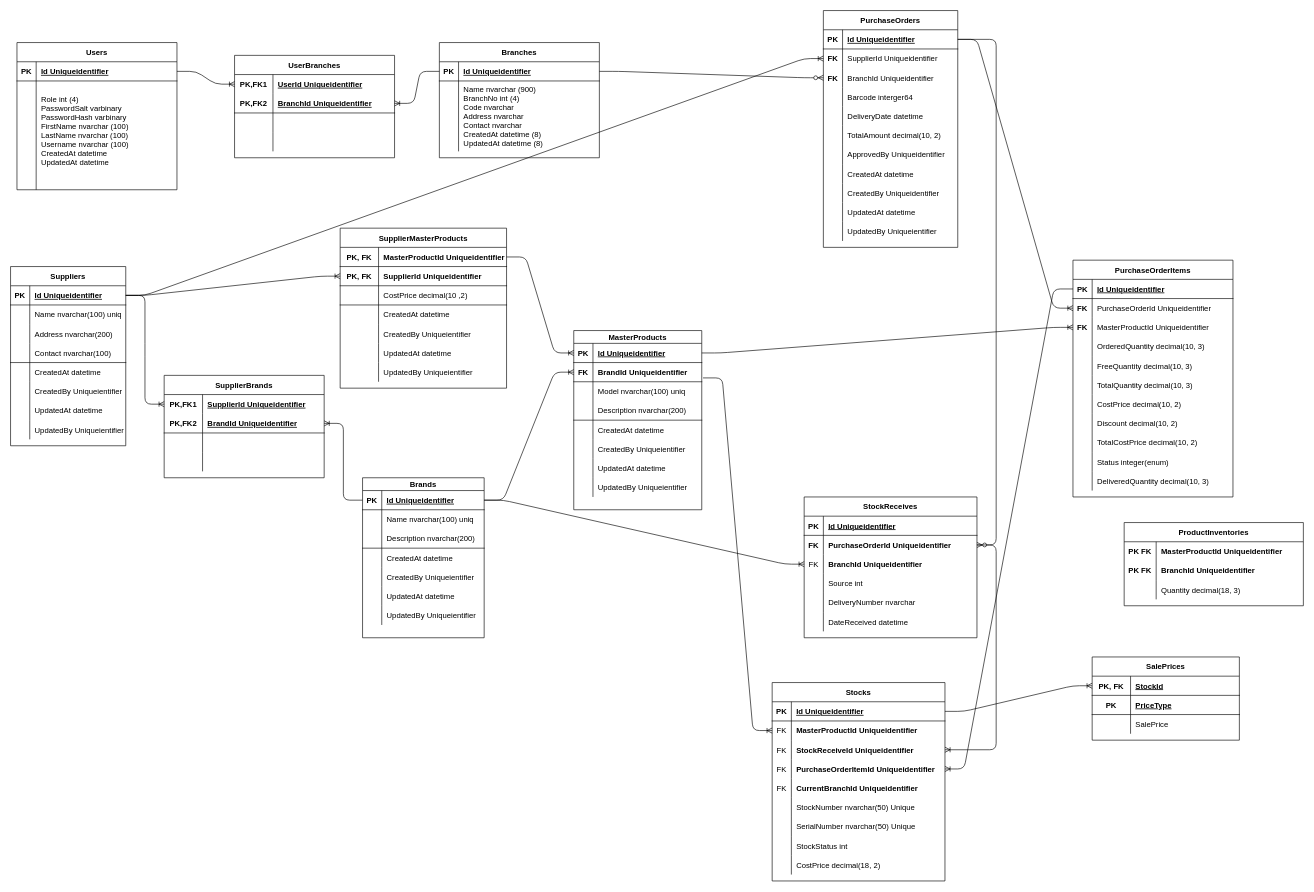
inyormanjr/CA.ERP keeps this draw.io diagram as diagrams/Database Diagram.drawio. Above is the earlier version. Source tidied: cells renumbered, new cells numbered last; positions are measured from the earlier drawing's top-left corner, leaving out a move shared by most shapes. Both pictures are drawn from the tidied source at 64%, with x=0, y=0 at pixel (10, 10).
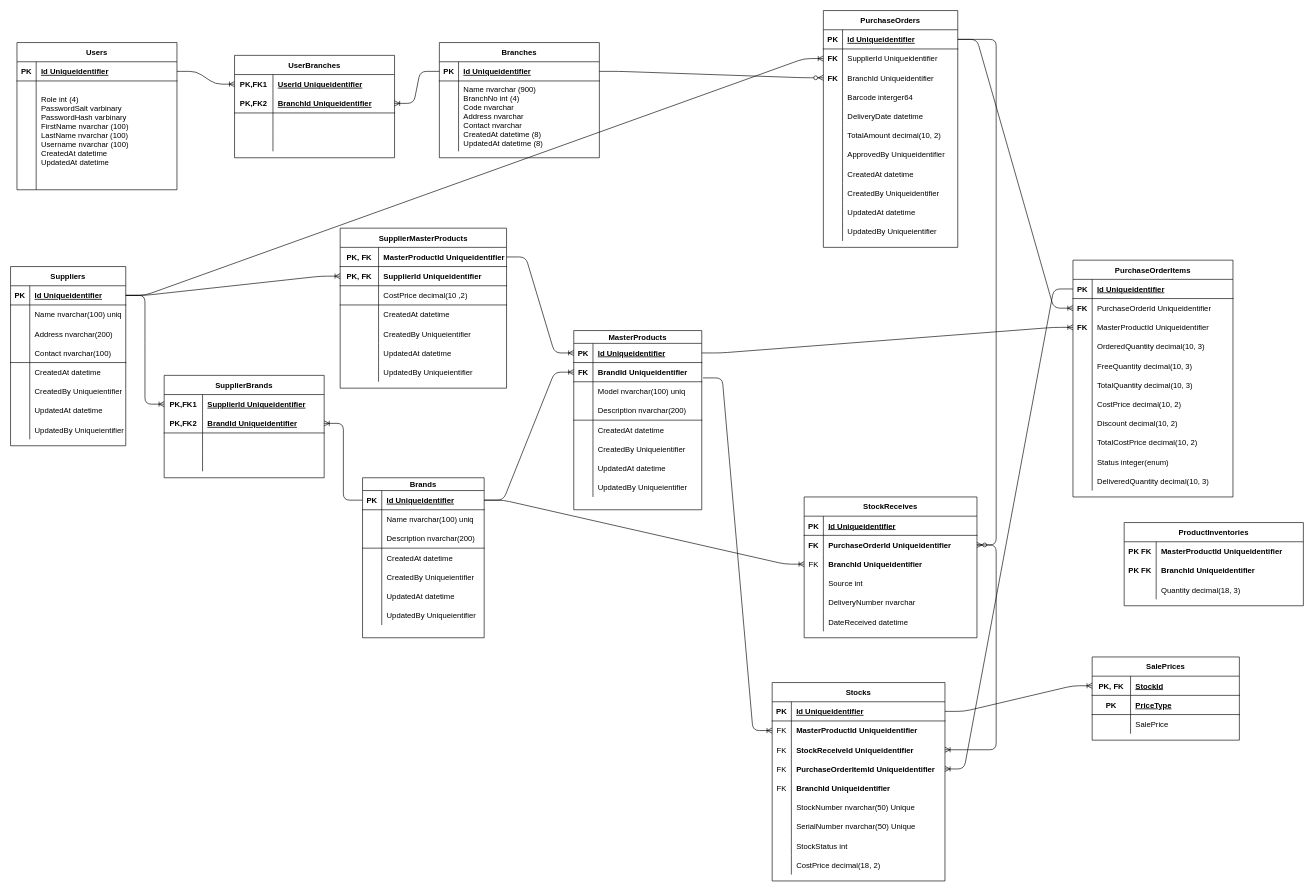
After the change.

Unchanged cells that the change refers to:
```xml
<mxCell id="228" style="shape=partialRectangle;fillColor=none;top=0;left=0;bottom=0;right=0;" parent="215" vertex="1">
  <mxGeometry y="150" width="270" height="30" as="geometry" />
</mxCell>
```

The edit, as a diff of the source:
```diff
@@
-    <mxCell id="230" value="CurrentBranchId Uniqueidentifier" style="shape=partialRectangle;fillColor=none;top=0;left=0;bottom=0;right=0;align=left;spacingLeft=6;overflow=hidden;fontStyle=1;" parent="228" vertex="1">
+    <mxCell id="230" value="BranchId Uniqueidentifier" style="shape=partialRectangle;fillColor=none;top=0;left=0;bottom=0;right=0;align=left;spacingLeft=6;overflow=hidden;fontStyle=1;" parent="228" vertex="1">
       <mxGeometry x="30" width="240" height="30" as="geometry" />
     </mxCell>
```
